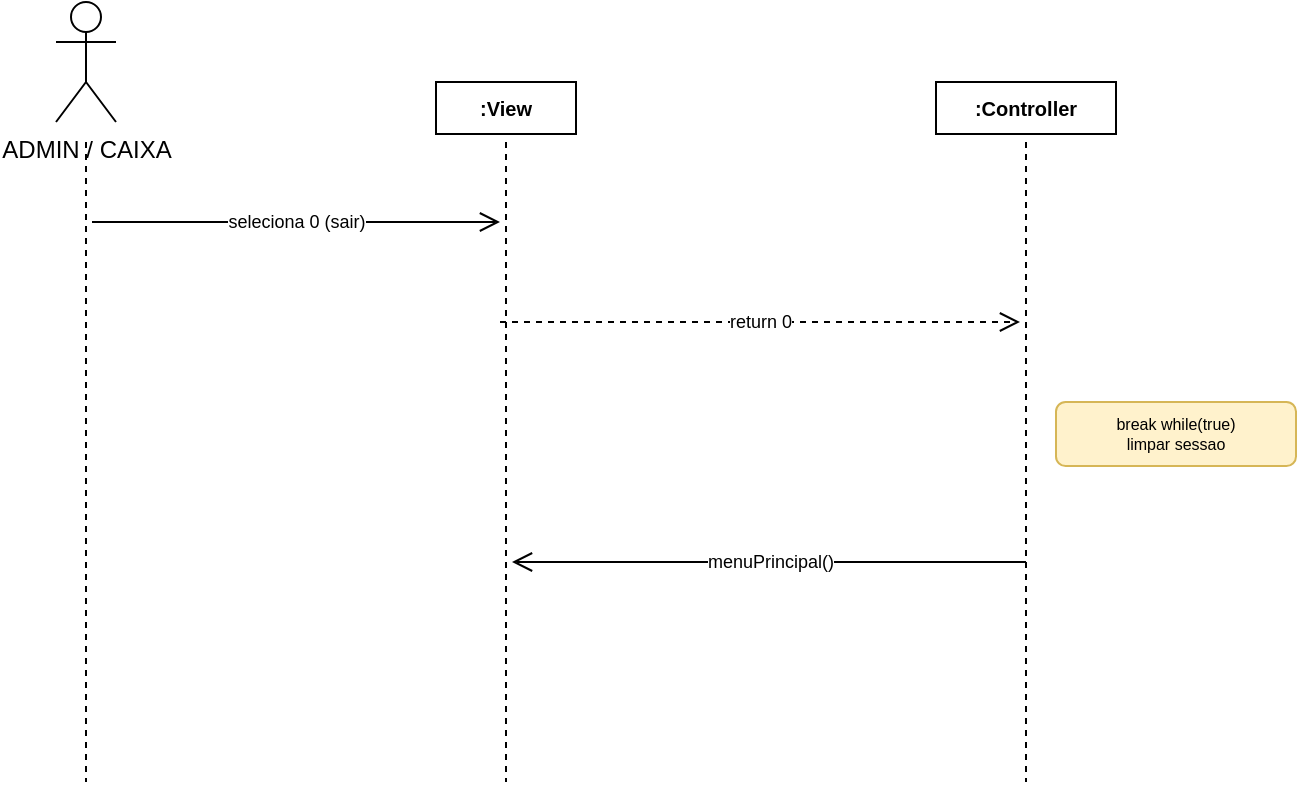
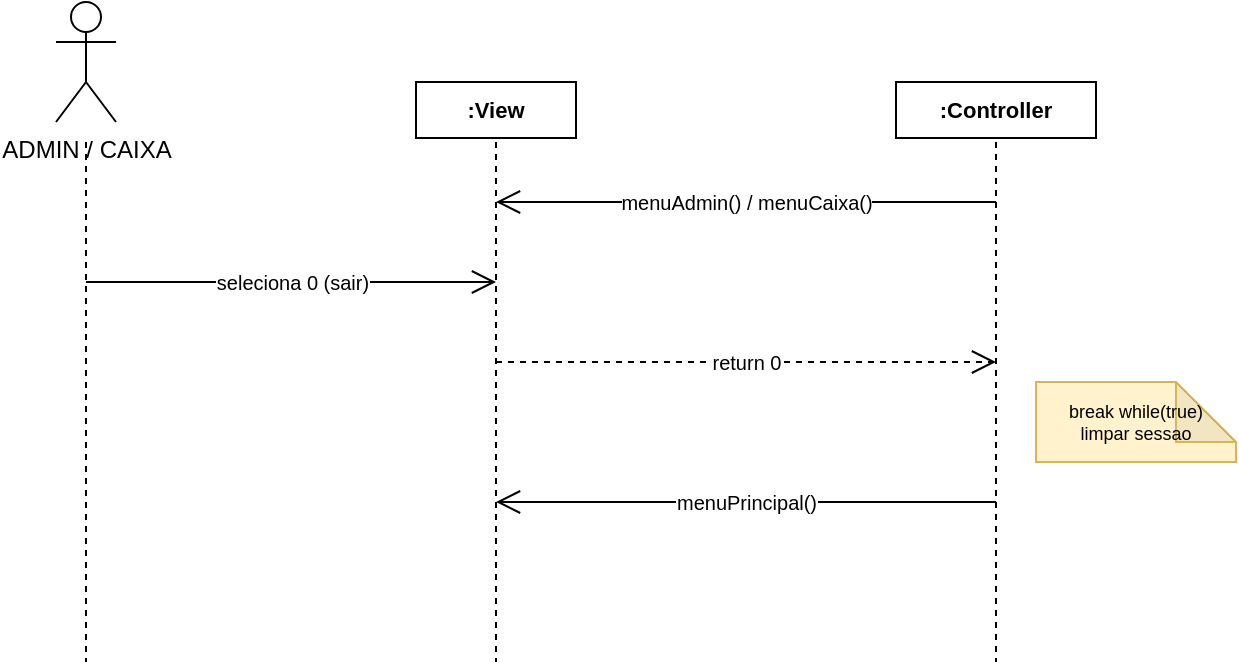
<mxfile host="app.diagrams.net">
  <diagram name="UC15-SairPerfil" id="uc15_seq">
-     <mxGraphModel dx="1000" dy="600" grid="1" gridSize="10" guides="1" tooltips="1" connect="1" arrows="1" fold="1" page="1" pageScale="1" pageWidth="750" pageHeight="450" math="0" shadow="0">
+     <mxGraphModel dx="1000" dy="600" grid="1" gridSize="10" guides="1" tooltips="1" connect="1" arrows="1" fold="1" page="1" pageScale="1" pageWidth="750" pageHeight="350" math="0" shadow="0">
      <root>
        <mxCell id="0" />
        <mxCell id="1" parent="0" />

        <mxCell id="actor" parent="1" style="shape=umlActor;verticalLabelPosition=bottom;verticalAlign=top;html=1;outlineConnect=0;" value="ADMIN / CAIXA" vertex="1">
-           <mxGeometry height="60" width="30" x="40" y="30" as="geometry" />
+           <mxGeometry height="60" width="30" x="40" y="20" as="geometry" />
        </mxCell>
        <mxCell id="life_actor" parent="1" style="endArrow=none;html=1;dashed=1;strokeWidth=1;" edge="1">
-           <mxGeometry height="320" width="2" relative="1" as="geometry">
-             <mxPoint x="55" y="100" as="sourcePoint" />
-             <mxPoint x="55" y="420" as="targetPoint" />
+           <mxGeometry height="260" width="2" relative="1" as="geometry">
+             <mxPoint x="55" y="90" as="sourcePoint" />
+             <mxPoint x="55" y="350" as="targetPoint" />
          </mxGeometry>
        </mxCell>

-         <mxCell id="v_header" parent="1" style="rounded=0;whiteSpace=wrap;html=1;fontStyle=1;fontSize=10;" value=":View" vertex="1">
-           <mxGeometry height="26" width="70" x="230" y="70" as="geometry" />
+         <mxCell id="v_header" parent="1" style="rounded=0;whiteSpace=wrap;html=1;fontStyle=1;fontSize=11;" value=":View" vertex="1">
+           <mxGeometry height="28" width="80" x="220" y="60" as="geometry" />
        </mxCell>
        <mxCell id="life_v" parent="1" style="endArrow=none;html=1;dashed=1;strokeWidth=1;" edge="1">
-           <mxGeometry height="320" width="2" relative="1" as="geometry">
-             <mxPoint x="265" y="100" as="sourcePoint" />
-             <mxPoint x="265" y="420" as="targetPoint" />
+           <mxGeometry height="260" width="2" relative="1" as="geometry">
+             <mxPoint x="260" y="90" as="sourcePoint" />
+             <mxPoint x="260" y="350" as="targetPoint" />
          </mxGeometry>
        </mxCell>

-         <mxCell id="ctrl_header" parent="1" style="rounded=0;whiteSpace=wrap;html=1;fontStyle=1;fontSize=10;" value=":Controller" vertex="1">
-           <mxGeometry height="26" width="90" x="480" y="70" as="geometry" />
+         <mxCell id="ctrl_header" parent="1" style="rounded=0;whiteSpace=wrap;html=1;fontStyle=1;fontSize=11;" value=":Controller" vertex="1">
+           <mxGeometry height="28" width="100" x="460" y="60" as="geometry" />
        </mxCell>
        <mxCell id="life_ctrl" parent="1" style="endArrow=none;html=1;dashed=1;strokeWidth=1;" edge="1">
-           <mxGeometry height="320" width="2" relative="1" as="geometry">
-             <mxPoint x="525" y="100" as="sourcePoint" />
-             <mxPoint x="525" y="420" as="targetPoint" />
+           <mxGeometry height="260" width="2" relative="1" as="geometry">
+             <mxPoint x="510" y="90" as="sourcePoint" />
+             <mxPoint x="510" y="350" as="targetPoint" />
          </mxGeometry>
        </mxCell>

-         <mxCell id="msg1" parent="1" style="endArrow=open;html=1;fontSize=9;endSize=8;" value="seleciona 0 (sair)" edge="1">
-           <mxGeometry width="2" relative="1" as="geometry">
-             <mxPoint x="58" y="140" as="sourcePoint" />
-             <mxPoint x="262" y="140" as="targetPoint" />
+         <!-- Controller -> View: menuAdmin / menuCaixa -->
+         <mxCell id="msg_cv0" parent="1" style="endArrow=open;html=1;fontSize=10;endSize=10;" value="menuAdmin() / menuCaixa()" edge="1">
+           <mxGeometry height="2" relative="1" as="geometry">
+             <mxPoint x="510" y="120" as="sourcePoint" />
+             <mxPoint x="260" y="120" as="targetPoint" />
          </mxGeometry>
        </mxCell>

-         <mxCell id="msg2" parent="1" style="endArrow=open;html=1;fontSize=9;dashed=1;endSize=8;" value="return 0" edge="1">
-           <mxGeometry width="2" relative="1" as="geometry">
-             <mxPoint x="262" y="190" as="sourcePoint" />
-             <mxPoint x="522" y="190" as="targetPoint" />
+         <!-- Actor -> View: seleciona 0 -->
+         <mxCell id="msg_cv1" parent="1" style="endArrow=open;html=1;fontSize=10;endSize=10;" value="seleciona 0 (sair)" edge="1">
+           <mxGeometry height="2" relative="1" as="geometry">
+             <mxPoint x="55" y="160" as="sourcePoint" />
+             <mxPoint x="260" y="160" as="targetPoint" />
          </mxGeometry>
        </mxCell>

-         <mxCell id="note1" parent="1" style="rounded=1;whiteSpace=wrap;html=1;fontSize=8;fillColor=#FFF2CC;strokeColor=#D6B656;" value="break while(true)&#xa;limpar sessao" vertex="1">
-           <mxGeometry height="32" width="120" x="540" y="230" as="geometry" />
+         <!-- View -> Controller: return 0 -->
+         <mxCell id="msg_cv2" parent="1" style="endArrow=open;html=1;fontSize=10;dashed=1;endSize=10;" value="return 0" edge="1">
+           <mxGeometry height="2" relative="1" as="geometry">
+             <mxPoint x="260" y="200" as="sourcePoint" />
+             <mxPoint x="510" y="200" as="targetPoint" />
+           </mxGeometry>
        </mxCell>

-         <mxCell id="msg3" parent="1" style="endArrow=open;html=1;fontSize=9;endSize=8;" value="menuPrincipal()" edge="1">
-           <mxGeometry width="2" relative="1" as="geometry">
-             <mxPoint x="525" y="310" as="sourcePoint" />
-             <mxPoint x="268" y="310" as="targetPoint" />
+         <mxCell id="note" parent="1" style="shape=note;whiteSpace=wrap;html=1;backgroundOutline=1;darkOpacity=0.05;fillColor=#FFF2CC;strokeColor=#D6B656;fontSize=9;" value="break while(true)&#xa;limpar sessao" vertex="1">
+           <mxGeometry height="40" width="100" x="530" y="210" as="geometry" />
+         </mxCell>
+ 
+         <!-- Controller -> View: menuPrincipal() again -->
+         <mxCell id="msg_cv3" parent="1" style="endArrow=open;html=1;fontSize=10;endSize=10;" value="menuPrincipal()" edge="1">
+           <mxGeometry height="2" relative="1" as="geometry">
+             <mxPoint x="510" y="270" as="sourcePoint" />
+             <mxPoint x="260" y="270" as="targetPoint" />
          </mxGeometry>
        </mxCell>
+ 
      </root>
    </mxGraphModel>
  </diagram>
</mxfile>
